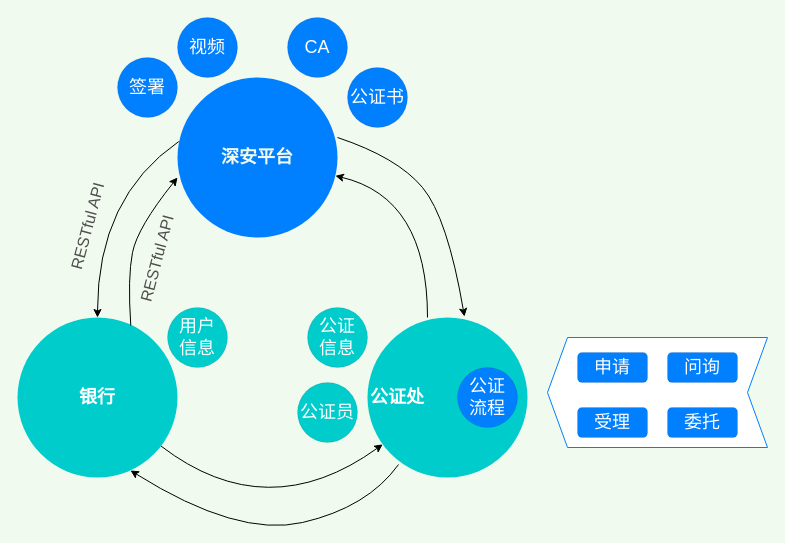
Above: page "赋强现有思路" (1 of 2) of 赋强创新思路.drawio in wuyongfeng/wuyongfeng (draw.io), before the change. Source tidied: cells renumbered, new cells numbered last; positions are measured from the earlier drawing's top-left corner, leaving out a move shared by most shapes. Both pictures are drawn from the tidied source at 100%, with x=0, y=0 at pixel (7, 17).
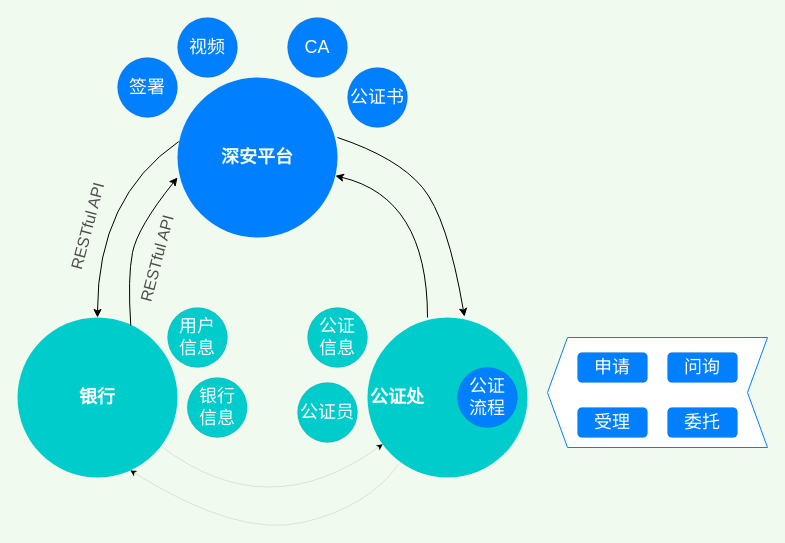
After the change.

Unchanged cells that the change refers to:
```xml
<mxCell id="2" style="ellipse;whiteSpace=wrap;html=1;fillColor=#00CCCC;fontColor=#FFFFFF;strokeColor=none;fontStyle=1;fontSize=18;" parent="1" vertex="1">
  <mxGeometry x="360" y="300" width="160" height="160" as="geometry" />
</mxCell>
<mxCell id="4" value="银行" style="ellipse;whiteSpace=wrap;html=1;fillColor=#00CCCC;fontColor=#FFFFFF;strokeColor=none;fontStyle=1;fontSize=18;strokeWidth=0;gradientColor=none;shadow=0;sketch=0;" parent="1" vertex="1">
  <mxGeometry x="10" y="300" width="160" height="160" as="geometry" />
</mxCell>
```

Diff of the diagram source:
```diff
@@
-    <mxCell id="11" style="curved=1;endArrow=classic;html=1;fontFamily=Helvetica;fontSize=18;fontColor=#FFFFFF;align=center;strokeColor=default;" parent="1" edge="1" source="4" target="2">
+    <mxCell id="11" style="curved=1;endArrow=classic;html=1;fontFamily=Helvetica;fontSize=18;fontColor=#FFFFFF;align=center;strokeColor=default;strokeWidth=0;" parent="1" edge="1" source="4" target="2">
       <mxGeometry relative="1" as="geometry">
         <Array as="points">
           <mxPoint x="260" y="510" />
         </Array>
       </mxGeometry>
     </mxCell>
-    <mxCell id="12" style="curved=1;endArrow=classic;html=1;fontSize=18;fontColor=#FFFFFF;entryX=0.706;entryY=0.956;entryDx=0;entryDy=0;entryPerimeter=0;exitX=0.194;exitY=0.919;exitDx=0;exitDy=0;exitPerimeter=0;" parent="1" edge="1" source="2" target="4">
+    <mxCell id="12" style="curved=1;endArrow=classic;html=1;fontSize=18;fontColor=#FFFFFF;entryX=0.706;entryY=0.956;entryDx=0;entryDy=0;entryPerimeter=0;exitX=0.194;exitY=0.919;exitDx=0;exitDy=0;exitPerimeter=0;strokeWidth=0;" parent="1" edge="1" source="2" target="4">
       <mxGeometry relative="1" as="geometry">
         <Array as="points">
           <mxPoint x="360" y="490" />
           <mxPoint x="230" y="520" />
         </Array>
       </mxGeometry>
     </mxCell>
@@
+    <mxCell id="27" value="银行&lt;br&gt;信息" style="ellipse;whiteSpace=wrap;html=1;shadow=0;sketch=0;fontSize=18;fontColor=#FFFFFF;strokeColor=default;strokeWidth=0;fillColor=#00CCCC;gradientColor=none;" parent="1" vertex="1">
+      <mxGeometry x="179.7" y="360" width="60" height="60" as="geometry" />
+    </mxCell>
```
